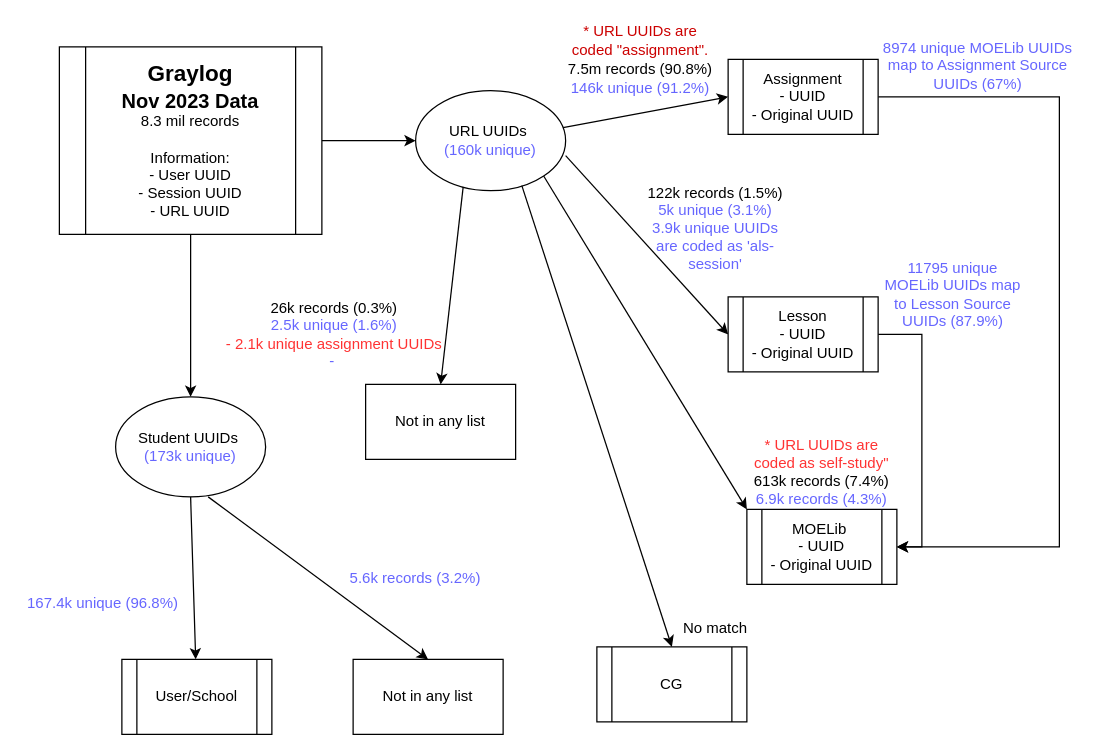
This is Untitled Diagram.drawio from munglin/psychological, a draw.io file, before an edit. Source tidied: cells renumbered, new cells numbered last; positions are measured from the earlier drawing's top-left corner, leaving out a move shared by most shapes. Both pictures are drawn from the tidied source at 125%, with x=0, y=0 at pixel (21, 21).
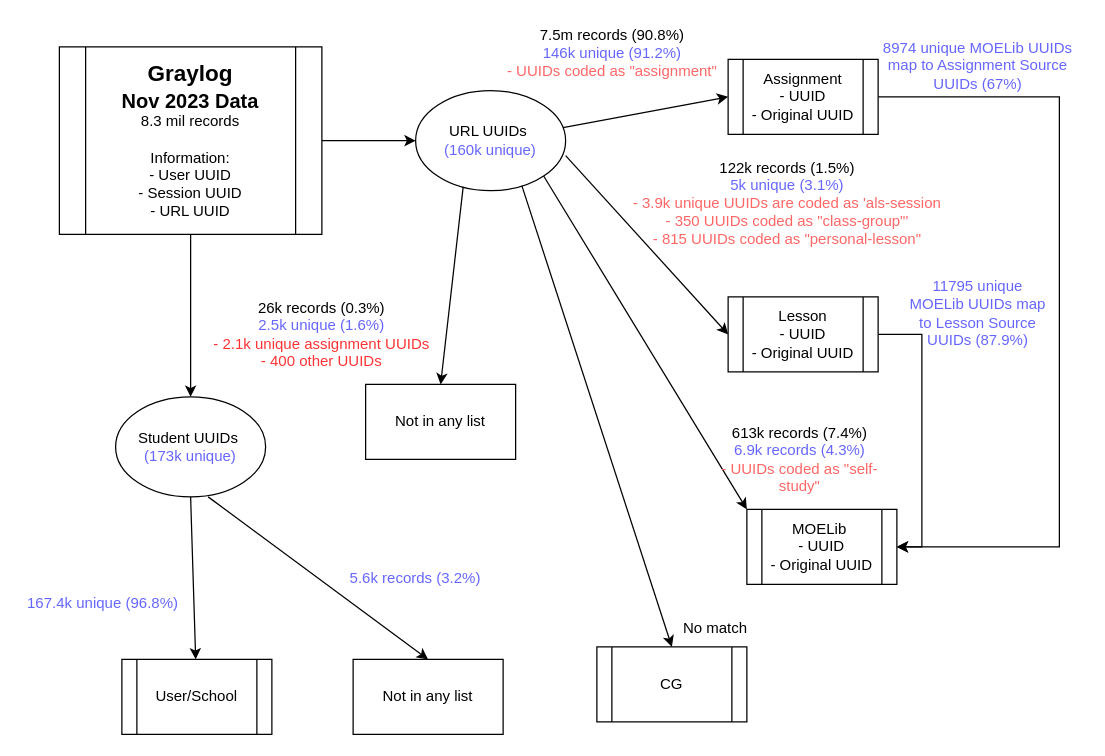
The same page after the edit.

Diff of the diagram source:
```diff
@@
-    <mxCell id="19" value="&lt;div&gt;7.5m records (90.8%)&lt;/div&gt;&lt;font color=&quot;#6666ff&quot;&gt;146k unique (91.2%)&lt;/font&gt;" style="text;html=1;align=center;verticalAlign=middle;whiteSpace=wrap;rounded=0;" parent="1" vertex="1">
-      <mxGeometry x="435" y="30" width="120" height="30" as="geometry" />
+    <mxCell id="19" value="&lt;div&gt;7.5m records (90.8%)&lt;/div&gt;&lt;font color=&quot;#6666ff&quot;&gt;146k unique (91.2%)&lt;/font&gt;&lt;div&gt;&lt;span style=&quot;caret-color: rgb(102, 102, 255);&quot;&gt;&lt;font color=&quot;#ff6666&quot;&gt;- UUIDs coded as &quot;assignment&quot;&lt;/font&gt;&lt;/span&gt;&lt;/div&gt;" style="text;html=1;align=center;verticalAlign=middle;whiteSpace=wrap;rounded=0;" parent="1" vertex="1">
+      <mxGeometry x="385" y="10" width="175" height="30" as="geometry" />
     </mxCell>
-    <mxCell id="20" value="&lt;div&gt;122k records (1.5%)&lt;/div&gt;&lt;font color=&quot;#6666ff&quot;&gt;5k unique (3.1%)&lt;/font&gt;&lt;div&gt;&lt;font color=&quot;#6666ff&quot;&gt;&lt;span style=&quot;caret-color: rgb(102, 102, 255);&quot;&gt;3.9k unique UUIDs are coded as 'als-session'&lt;/span&gt;&lt;/font&gt;&lt;/div&gt;" style="text;html=1;align=center;verticalAlign=middle;whiteSpace=wrap;rounded=0;" parent="1" vertex="1">
-      <mxGeometry x="495" y="150" width="120" height="30" as="geometry" />
+    <mxCell id="20" value="&lt;div&gt;122k records (1.5%)&lt;/div&gt;&lt;font color=&quot;#6666ff&quot;&gt;5k unique (3.1%)&lt;/font&gt;&lt;div&gt;&lt;span style=&quot;caret-color: rgb(102, 102, 255);&quot;&gt;&lt;font color=&quot;#ff6666&quot;&gt;- 3.9k unique UUIDs are coded as 'als-session&lt;/font&gt;&lt;/span&gt;&lt;/div&gt;&lt;div&gt;&lt;font color=&quot;#ff6666&quot;&gt;&lt;span style=&quot;caret-color: rgb(102, 102, 255);&quot;&gt;- 350 UUIDs coded as &quot;class-group&quot;&lt;/span&gt;&lt;span style=&quot;caret-color: rgb(102, 102, 255);&quot;&gt;'&lt;/span&gt;&lt;/font&gt;&lt;/div&gt;&lt;div&gt;&lt;span style=&quot;caret-color: rgb(102, 102, 255);&quot;&gt;&lt;font color=&quot;#ff6666&quot;&gt;- 815 UUIDs coded as &quot;personal-lesson&quot;&lt;/font&gt;&lt;/span&gt;&lt;/div&gt;" style="text;html=1;align=center;verticalAlign=middle;whiteSpace=wrap;rounded=0;" parent="1" vertex="1">
+      <mxGeometry x="480" y="130" width="265" height="30" as="geometry" />
     </mxCell>
-    <mxCell id="21" value="&lt;div&gt;&lt;font color=&quot;#ff3333&quot;&gt;* URL UUIDs are coded as self-study&quot;&lt;/font&gt;&lt;/div&gt;&lt;div&gt;613k records (7.4%)&lt;/div&gt;&lt;font color=&quot;#6666ff&quot;&gt;6.9k records (4.3%)&lt;/font&gt;" style="text;html=1;align=center;verticalAlign=middle;whiteSpace=wrap;rounded=0;" parent="1" vertex="1">
-      <mxGeometry x="580" y="330" width="120" height="60" as="geometry" />
+    <mxCell id="21" value="&lt;div&gt;613k records (7.4%)&lt;br&gt;&lt;/div&gt;&lt;font color=&quot;#6666ff&quot;&gt;6.9k records (4.3%)&lt;/font&gt;&lt;div&gt;&lt;font color=&quot;#ff6666&quot;&gt;- UUIDs coded as &quot;self-study&quot;&lt;/font&gt;&lt;/div&gt;" style="text;html=1;align=center;verticalAlign=middle;whiteSpace=wrap;rounded=0;" parent="1" vertex="1">
+      <mxGeometry x="545" y="320" width="155" height="60" as="geometry" />
     </mxCell>
-    <mxCell id="22" value="&lt;div&gt;26k records (0.3%)&lt;/div&gt;&lt;font color=&quot;#6666ff&quot;&gt;2.5k unique&amp;nbsp;&lt;/font&gt;&lt;span style=&quot;color: rgb(102, 102, 255);&quot;&gt;(1.6%)&lt;/span&gt;&lt;div&gt;&lt;font color=&quot;#ff3333&quot;&gt;- 2.1k unique assignment UUIDs&lt;/font&gt;&lt;/div&gt;&lt;div&gt;&lt;span style=&quot;color: rgb(102, 102, 255);&quot;&gt;-&amp;nbsp;&lt;/span&gt;&lt;/div&gt;" style="text;html=1;align=center;verticalAlign=middle;whiteSpace=wrap;rounded=0;" parent="1" vertex="1">
-      <mxGeometry x="160" y="235" width="180" height="30" as="geometry" />
+    <mxCell id="22" value="&lt;div&gt;26k records (0.3%)&lt;/div&gt;&lt;font color=&quot;#6666ff&quot;&gt;2.5k unique&amp;nbsp;&lt;/font&gt;&lt;span style=&quot;color: rgb(102, 102, 255);&quot;&gt;(1.6%)&lt;/span&gt;&lt;div&gt;&lt;font color=&quot;#ff3333&quot;&gt;- 2.1k unique assignment UUIDs&lt;/font&gt;&lt;/div&gt;&lt;div&gt;&lt;font color=&quot;#ff3333&quot;&gt;&lt;span style=&quot;caret-color: rgb(255, 51, 51);&quot;&gt;- 400 other UUIDs&lt;/span&gt;&lt;/font&gt;&lt;/div&gt;" style="text;html=1;align=center;verticalAlign=middle;whiteSpace=wrap;rounded=0;" parent="1" vertex="1">
+      <mxGeometry x="150" y="235" width="180" height="30" as="geometry" />
     </mxCell>
@@
     <mxCell id="31" value="&lt;font color=&quot;#6666ff&quot;&gt;11795 unique MOELib UUIDs map to Lesson Source UUIDs (87.9%)&lt;/font&gt;" style="text;html=1;align=center;verticalAlign=middle;whiteSpace=wrap;rounded=0;" parent="1" vertex="1">
-      <mxGeometry x="685" y="215" width="120" height="5" as="geometry" />
+      <mxGeometry x="705" y="230" width="120" height="5" as="geometry" />
     </mxCell>
-    <mxCell id="32" value="&lt;font color=&quot;#cc0000&quot;&gt;* URL UUIDs are coded &quot;assignment&quot;.&lt;/font&gt;" style="text;html=1;align=center;verticalAlign=middle;whiteSpace=wrap;rounded=0;" parent="1" vertex="1">
-      <mxGeometry x="435" width="120" height="30" as="geometry" />
-    </mxCell>
```
